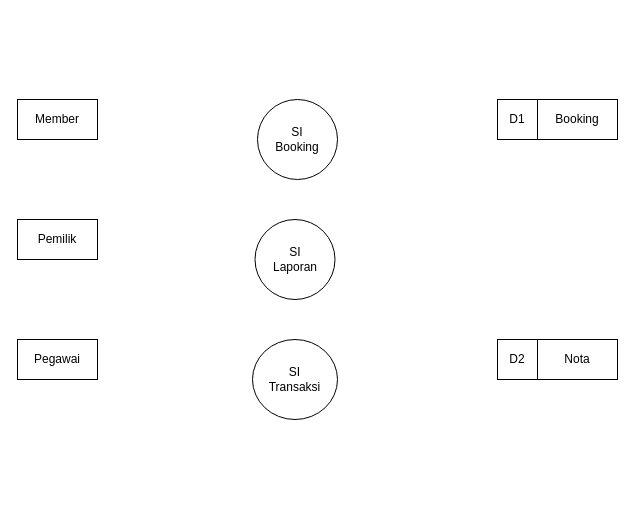
yogadwipayana/ERD keeps this draw.io diagram as BarbershopDFD 0.drawio. Above is the earlier version. Source tidied: cells renumbered, new cells numbered last; positions are measured from the earlier drawing's top-left corner, leaving out a move shared by most shapes. Both pictures are drawn from the tidied source at 100%, with x=0, y=0 at pixel (17, 99).
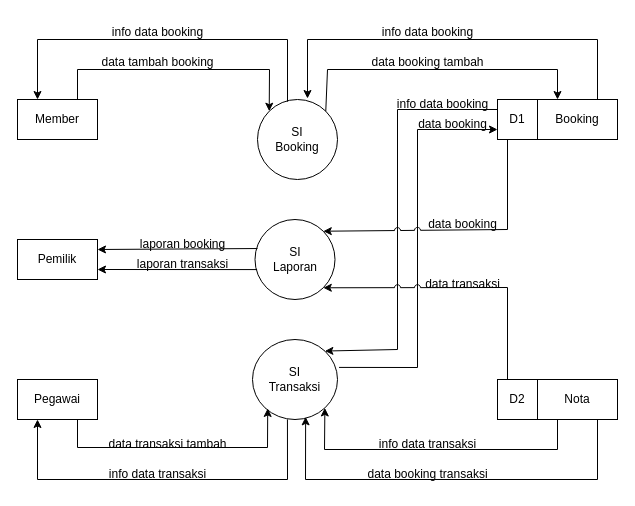
After the change.

Unchanged cells that the change refers to:
```xml
<mxCell id="4" value="Member" style="rounded=0;whiteSpace=wrap;html=1;" parent="1" vertex="1">
  <mxGeometry width="80" height="40" as="geometry" />
</mxCell>
<mxCell id="5" value="SI&lt;div&gt;Laporan&lt;/div&gt;" style="ellipse;whiteSpace=wrap;html=1;" parent="1" vertex="1">
  <mxGeometry x="237.5" y="120" width="80" height="80" as="geometry" />
</mxCell>
<mxCell id="6" value="SI&lt;div&gt;Transaksi&lt;/div&gt;" style="ellipse;whiteSpace=wrap;html=1;" parent="1" vertex="1">
  <mxGeometry x="235" y="240" width="85" height="80" as="geometry" />
</mxCell>
<mxCell id="7" value="SI&lt;div&gt;Booking&lt;/div&gt;" style="ellipse;whiteSpace=wrap;html=1;" parent="1" vertex="1">
  <mxGeometry x="240" width="80" height="80" as="geometry" />
</mxCell>
<mxCell id="8" value="Booking" style="rounded=0;whiteSpace=wrap;html=1;" parent="1" vertex="1">
  <mxGeometry x="520" width="80" height="40" as="geometry" />
</mxCell>
<mxCell id="9" value="D1" style="rounded=0;whiteSpace=wrap;html=1;" parent="1" vertex="1">
  <mxGeometry x="480" width="40" height="40" as="geometry" />
</mxCell>
```

Change to the diagram source:
```diff
@@
     <mxCell id="2" value="Pegawai" style="rounded=0;whiteSpace=wrap;html=1;" parent="1" vertex="1">
-      <mxGeometry y="240" width="80" height="40" as="geometry" />
+      <mxGeometry y="280" width="80" height="40" as="geometry" />
     </mxCell>
     <mxCell id="3" value="Pemilik" style="rounded=0;whiteSpace=wrap;html=1;" parent="1" vertex="1">
-      <mxGeometry y="120" width="80" height="40" as="geometry" />
+      <mxGeometry y="140" width="80" height="40" as="geometry" />
     </mxCell>
@@
     <mxCell id="10" value="Nota" style="rounded=0;whiteSpace=wrap;html=1;" parent="1" vertex="1">
-      <mxGeometry x="520" y="240" width="80" height="40" as="geometry" />
+      <mxGeometry x="520" y="280" width="80" height="40" as="geometry" />
     </mxCell>
     <mxCell id="11" value="D2" style="rounded=0;whiteSpace=wrap;html=1;" parent="1" vertex="1">
-      <mxGeometry x="480" y="240" width="40" height="40" as="geometry" />
+      <mxGeometry x="480" y="280" width="40" height="40" as="geometry" />
     </mxCell>
+    <mxCell id="12" style="endArrow=classic;html=1;rounded=0;exitX=1;exitY=0;exitDx=0;exitDy=0;entryX=0.25;entryY=0;entryDx=0;entryDy=0;" parent="1" edge="1" source="7" target="8">
+      <mxGeometry relative="1" as="geometry">
+        <Array as="points">
+          <mxPoint x="310" y="-30" />
+          <mxPoint x="540" y="-30" />
+        </Array>
+      </mxGeometry>
+    </mxCell>
+    <mxCell id="13" style="endArrow=classic;html=1;rounded=0;exitX=0.75;exitY=0;exitDx=0;exitDy=0;entryX=0;entryY=0;entryDx=0;entryDy=0;" parent="1" edge="1" source="4" target="7">
+      <mxGeometry relative="1" as="geometry">
+        <Array as="points">
+          <mxPoint x="60" y="-30" />
+          <mxPoint x="252" y="-30" />
+        </Array>
+      </mxGeometry>
+    </mxCell>
+    <mxCell id="14" style="endArrow=classic;html=1;rounded=0;entryX=0.25;entryY=0;entryDx=0;entryDy=0;exitX=0.375;exitY=0.026;exitDx=0;exitDy=0;exitPerimeter=0;" parent="1" edge="1" source="7" target="4">
+      <mxGeometry relative="1" as="geometry">
+        <Array as="points">
+          <mxPoint x="270" y="-60" />
+          <mxPoint x="20" y="-60" />
+        </Array>
+      </mxGeometry>
+    </mxCell>
+    <mxCell id="15" value="data tambah booking" style="text;html=1;align=center;verticalAlign=middle;strokeColor=none;fillColor=none;" parent="1" vertex="1">
+      <mxGeometry x="70" y="-52" width="140" height="30" as="geometry" />
+    </mxCell>
+    <mxCell id="16" value="info data booking" style="text;html=1;align=center;verticalAlign=middle;strokeColor=none;fillColor=none;" parent="1" vertex="1">
+      <mxGeometry x="85" y="-82" width="110" height="30" as="geometry" />
+    </mxCell>
+    <mxCell id="17" value="data booking tambah" style="text;html=1;align=center;verticalAlign=middle;strokeColor=none;fillColor=none;" parent="1" vertex="1">
+      <mxGeometry x="340" y="-52" width="140" height="30" as="geometry" />
+    </mxCell>
+    <mxCell id="18" value="info data booking" style="text;html=1;align=center;verticalAlign=middle;strokeColor=none;fillColor=none;" parent="1" vertex="1">
+      <mxGeometry x="355" y="-82" width="110" height="30" as="geometry" />
+    </mxCell>
+    <mxCell id="19" style="endArrow=classic;html=1;rounded=0;exitX=0.75;exitY=0;exitDx=0;exitDy=0;" parent="1" edge="1" source="8">
+      <mxGeometry relative="1" as="geometry">
+        <mxPoint x="290" y="-1" as="targetPoint" />
+        <Array as="points">
+          <mxPoint x="580" y="-60" />
+          <mxPoint x="290" y="-60" />
+        </Array>
+      </mxGeometry>
+    </mxCell>
+    <mxCell id="20" style="endArrow=classic;html=1;rounded=0;entryX=1;entryY=0;entryDx=0;entryDy=0;exitX=0;exitY=0.25;exitDx=0;exitDy=0;" parent="1" edge="1" source="9" target="6">
+      <mxGeometry relative="1" as="geometry">
+        <Array as="points">
+          <mxPoint x="380" y="10" />
+          <mxPoint x="380" y="250" />
+        </Array>
+      </mxGeometry>
+    </mxCell>
+    <mxCell id="21" value="info data booking" style="text;html=1;align=center;verticalAlign=middle;strokeColor=none;fillColor=none;" parent="1" vertex="1">
+      <mxGeometry x="370" y="-10" width="110" height="30" as="geometry" />
+    </mxCell>
+    <mxCell id="22" style="endArrow=classic;html=1;rounded=0;exitX=1.018;exitY=0.349;exitDx=0;exitDy=0;exitPerimeter=0;entryX=0;entryY=0.75;entryDx=0;entryDy=0;" parent="1" edge="1" source="6" target="9">
+      <mxGeometry relative="1" as="geometry">
+        <Array as="points">
+          <mxPoint x="400" y="268" />
+          <mxPoint x="400" y="30" />
+        </Array>
+      </mxGeometry>
+    </mxCell>
+    <mxCell id="23" value="data booking" style="text;html=1;align=center;verticalAlign=middle;strokeColor=none;fillColor=none;" parent="1" vertex="1">
+      <mxGeometry x="390" y="10" width="90" height="30" as="geometry" />
+    </mxCell>
+    <mxCell id="24" style="endArrow=classic;html=1;rounded=0;exitX=0.75;exitY=1;exitDx=0;exitDy=0;entryX=0.179;entryY=0.862;entryDx=0;entryDy=0;entryPerimeter=0;" parent="1" edge="1" source="2" target="6">
+      <mxGeometry relative="1" as="geometry">
+        <Array as="points">
+          <mxPoint x="60" y="348" />
+          <mxPoint x="250" y="348" />
+        </Array>
+      </mxGeometry>
+    </mxCell>
+    <mxCell id="25" value="data transaksi tambah" style="text;html=1;align=center;verticalAlign=middle;strokeColor=none;fillColor=none;" parent="1" vertex="1">
+      <mxGeometry x="80" y="330" width="140" height="30" as="geometry" />
+    </mxCell>
+    <mxCell id="26" style="endArrow=classic;html=1;rounded=0;exitX=0.411;exitY=0.999;exitDx=0;exitDy=0;exitPerimeter=0;entryX=0.25;entryY=1;entryDx=0;entryDy=0;" parent="1" edge="1" source="6" target="2">
+      <mxGeometry relative="1" as="geometry">
+        <Array as="points">
+          <mxPoint x="270" y="380" />
+          <mxPoint x="20" y="380" />
+        </Array>
+      </mxGeometry>
+    </mxCell>
+    <mxCell id="27" value="info data transaksi" style="text;html=1;align=center;verticalAlign=middle;strokeColor=none;fillColor=none;" parent="1" vertex="1">
+      <mxGeometry x="80" y="360" width="120" height="30" as="geometry" />
+    </mxCell>
+    <mxCell id="28" style="endArrow=classic;html=1;rounded=0;entryX=1;entryY=0;entryDx=0;entryDy=0;exitX=0.25;exitY=1;exitDx=0;exitDy=0;jumpStyle=arc;" parent="1" edge="1" source="9" target="5">
+      <mxGeometry relative="1" as="geometry">
+        <Array as="points">
+          <mxPoint x="490" y="130" />
+        </Array>
+      </mxGeometry>
+    </mxCell>
+    <mxCell id="29" value="data booking" style="text;html=1;align=center;verticalAlign=middle;strokeColor=none;fillColor=none;" parent="1" vertex="1">
+      <mxGeometry x="400" y="110" width="90" height="30" as="geometry" />
+    </mxCell>
+    <mxCell id="30" style="endArrow=classic;html=1;rounded=0;entryX=1;entryY=1;entryDx=0;entryDy=0;exitX=0.25;exitY=0;exitDx=0;exitDy=0;jumpStyle=arc;" parent="1" edge="1" source="11" target="5">
+      <mxGeometry relative="1" as="geometry">
+        <Array as="points">
+          <mxPoint x="490" y="188" />
+        </Array>
+      </mxGeometry>
+    </mxCell>
+    <mxCell id="31" value="data transaksi" style="text;html=1;align=center;verticalAlign=middle;strokeColor=none;fillColor=none;" parent="1" vertex="1">
+      <mxGeometry x="395" y="170" width="100" height="30" as="geometry" />
+    </mxCell>
+    <mxCell id="32" style="endArrow=classic;html=1;rounded=0;entryX=1;entryY=0.25;entryDx=0;entryDy=0;exitX=0.031;exitY=0.363;exitDx=0;exitDy=0;exitPerimeter=0;" parent="1" edge="1" source="5" target="3">
+      <mxGeometry relative="1" as="geometry" />
+    </mxCell>
+    <mxCell id="33" style="endArrow=classic;html=1;rounded=0;entryX=1;entryY=1;entryDx=0;entryDy=0;exitX=0.25;exitY=1;exitDx=0;exitDy=0;" parent="1" edge="1" source="10" target="6">
+      <mxGeometry relative="1" as="geometry">
+        <Array as="points">
+          <mxPoint x="540" y="350" />
+          <mxPoint x="307" y="350" />
+        </Array>
+      </mxGeometry>
+    </mxCell>
+    <mxCell id="34" style="endArrow=classic;html=1;rounded=0;entryX=1;entryY=0.75;entryDx=0;entryDy=0;exitX=0.026;exitY=0.626;exitDx=0;exitDy=0;exitPerimeter=0;" parent="1" edge="1" source="5" target="3">
+      <mxGeometry relative="1" as="geometry" />
+    </mxCell>
+    <mxCell id="35" value="laporan transaksi" style="text;html=1;align=center;verticalAlign=middle;strokeColor=none;fillColor=none;" parent="1" vertex="1">
+      <mxGeometry x="110" y="150" width="110" height="30" as="geometry" />
+    </mxCell>
+    <mxCell id="36" value="laporan booking" style="text;html=1;align=center;verticalAlign=middle;strokeColor=none;fillColor=none;" parent="1" vertex="1">
+      <mxGeometry x="110" y="130" width="110" height="30" as="geometry" />
+    </mxCell>
+    <mxCell id="37" style="endArrow=classic;html=1;rounded=0;entryX=0.625;entryY=0.967;entryDx=0;entryDy=0;entryPerimeter=0;exitX=0.75;exitY=1;exitDx=0;exitDy=0;" parent="1" edge="1" source="10" target="6">
+      <mxGeometry relative="1" as="geometry">
+        <Array as="points">
+          <mxPoint x="580" y="380" />
+          <mxPoint x="288" y="380" />
+        </Array>
+      </mxGeometry>
+    </mxCell>
+    <mxCell id="38" value="data booking transaksi" style="text;html=1;align=center;verticalAlign=middle;strokeColor=none;fillColor=none;" parent="1" vertex="1">
+      <mxGeometry x="340" y="360" width="140" height="30" as="geometry" />
+    </mxCell>
+    <mxCell id="39" value="info data transaksi" style="text;html=1;align=center;verticalAlign=middle;strokeColor=none;fillColor=none;" parent="1" vertex="1">
+      <mxGeometry x="350" y="330" width="120" height="30" as="geometry" />
+    </mxCell>
```
